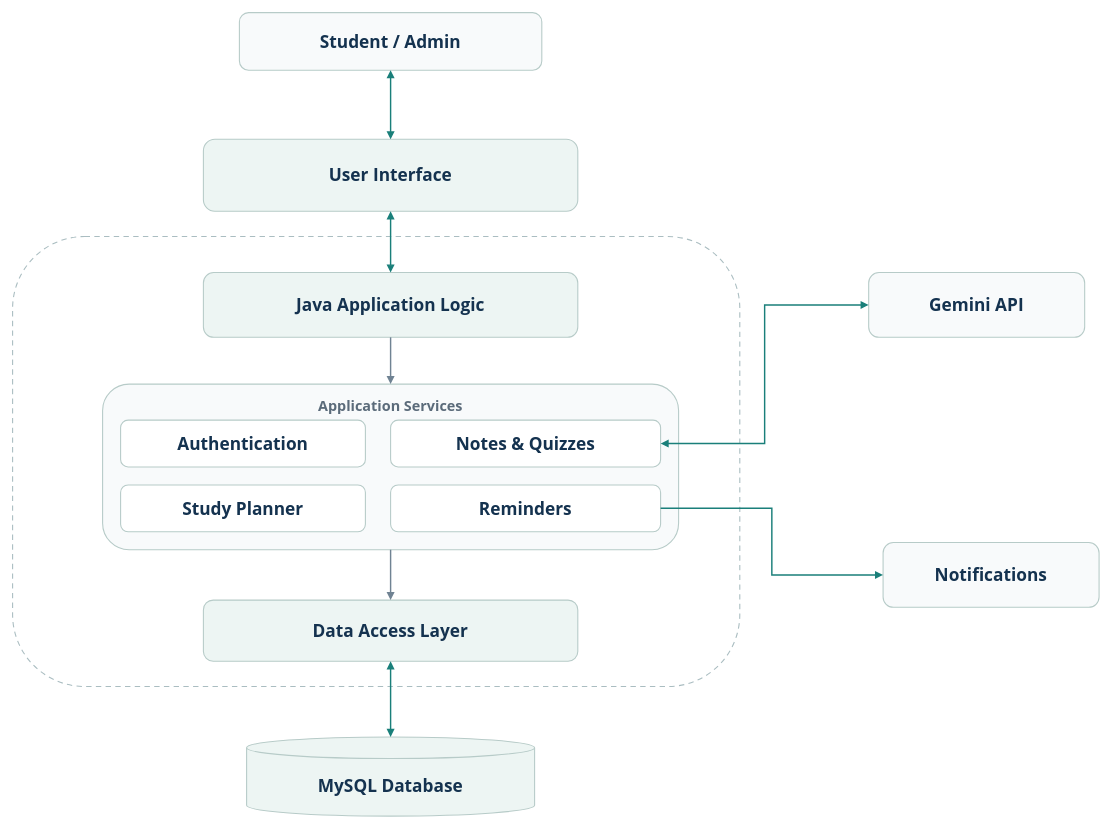
Above: docs/architecture.drawio in sanjidaanika-star/Softnote-Daily-planner-Reminder-system (draw.io), before the change. Source tidied: cells renumbered, new cells numbered last; positions are measured from the earlier drawing's top-left corner, leaving out a move shared by most shapes. Both pictures are drawn from the tidied source at 72%, with x=0, y=0 at pixel (12, 12).
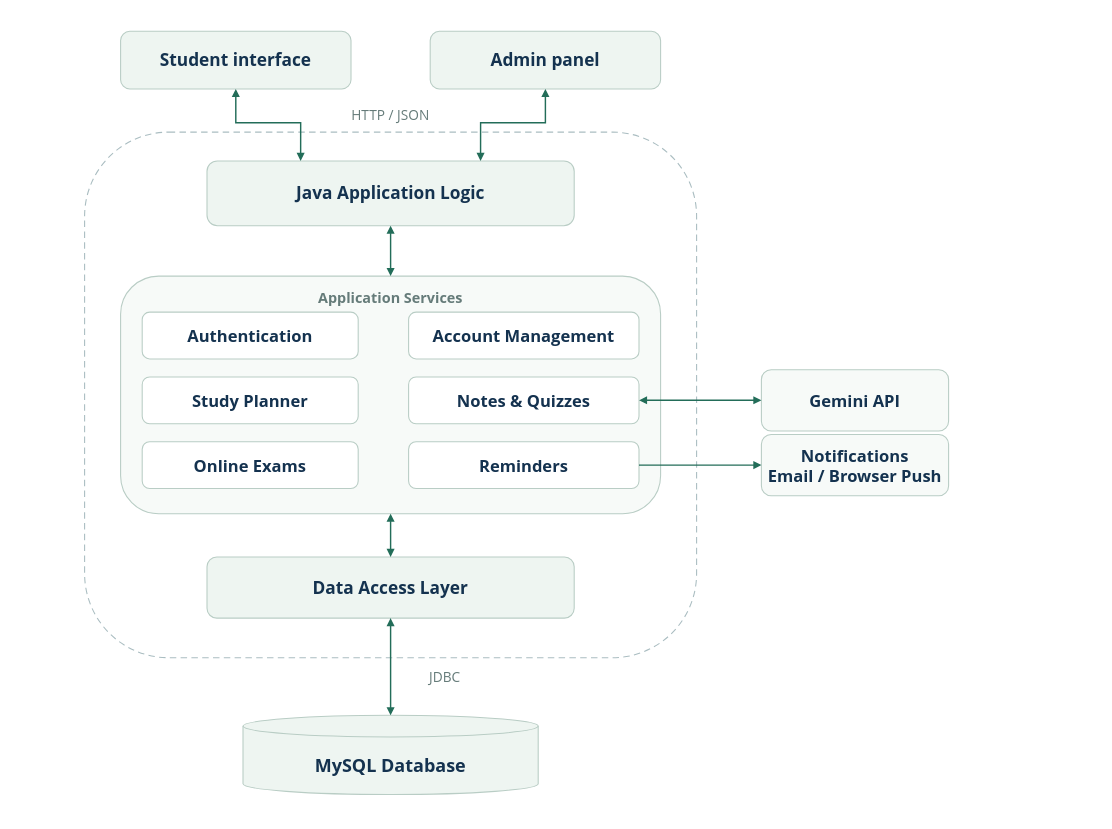
After the change.

Commit message:
Update architecture for admin panels and online exams

Change to the diagram source:
```diff
@@
-    <mxCell id="2" value="Student / Admin" style="rounded=1;arcSize=16;whiteSpace=wrap;html=0;fillColor=#EDF5F3;strokeColor=#B7CBC8;strokeWidth=1.5;fontColor=#14324F;fontSize=24;fontFamily=Segoe UI;fontStyle=1;fillColor=#F8FAFB;" parent="1" vertex="1">
-      <mxGeometry x="315" width="420" height="80" as="geometry" />
-    </mxCell>
-    <mxCell id="3" value="User Interface" style="rounded=1;arcSize=16;whiteSpace=wrap;html=0;fillColor=#EDF5F3;strokeColor=#B7CBC8;strokeWidth=1.5;fontColor=#14324F;fontSize=24;fontFamily=Segoe UI;fontStyle=1;" parent="1" vertex="1">
-      <mxGeometry x="265" y="176" width="520" height="100" as="geometry" />
-    </mxCell>
-    <mxCell id="4" style="rounded=1;arcSize=16;whiteSpace=wrap;html=0;fillColor=#EDF5F3;strokeColor=#B7CBC8;strokeWidth=1.5;fontColor=#14324F;fontSize=24;fontFamily=Segoe UI;fontStyle=1;fillColor=#FFFFFF;dashed=1;dashPattern=5 4;strokeColor=#AABDC1;" parent="1" vertex="1">
-      <mxGeometry y="311" width="1010" height="625" as="geometry" />
-    </mxCell>
+    <mxCell id="22" value="Student interface" style="rounded=1;arcSize=16;whiteSpace=wrap;html=0;fillColor=#eef5f1;strokeColor=#b9cdc5;strokeWidth=1.5;fontColor=#14324f;fontSize=24;fontFamily=Segoe UI;fontStyle=1;" parent="1" vertex="1">
+      <mxGeometry x="150" y="26" width="320" height="80" as="geometry" />
+    </mxCell>
+    <mxCell id="23" value="Admin panel" style="rounded=1;arcSize=16;whiteSpace=wrap;html=0;fillColor=#eef5f1;strokeColor=#b9cdc5;strokeWidth=1.5;fontColor=#14324f;fontSize=24;fontFamily=Segoe UI;fontStyle=1;" parent="1" vertex="1">
+      <mxGeometry x="580" y="26" width="320" height="80" as="geometry" />
+    </mxCell>
+    <mxCell id="24" style="rounded=1;arcSize=16;whiteSpace=wrap;html=0;fillColor=#eef5f1;strokeColor=#b9cdc5;strokeWidth=1.5;fontColor=#14324f;fontSize=24;fontFamily=Segoe UI;fontStyle=1;fillColor=#ffffff;strokeColor=#aabdc1;dashed=1;dashPattern=6 4;" parent="1" vertex="1">
+      <mxGeometry x="100" y="166" width="850" height="730" as="geometry" />
+    </mxCell>
-    <mxCell id="5" value="Java Application Logic" style="rounded=1;arcSize=16;whiteSpace=wrap;html=0;fillColor=#EDF5F3;strokeColor=#B7CBC8;strokeWidth=1.5;fontColor=#14324F;fontSize=24;fontFamily=Segoe UI;fontStyle=1;" parent="4" vertex="1">
-      <mxGeometry x="265" y="50" width="520" height="90" as="geometry" />
+    <mxCell id="5" value="Java Application Logic" style="rounded=1;arcSize=16;whiteSpace=wrap;html=0;fillColor=#eef5f1;strokeColor=#b9cdc5;strokeWidth=1.5;fontColor=#14324f;fontSize=24;fontFamily=Segoe UI;fontStyle=1;" parent="24" vertex="1">
+      <mxGeometry x="170" y="40" width="510" height="90" as="geometry" />
     </mxCell>
-    <mxCell id="6" value="Application Services" style="rounded=1;arcSize=16;whiteSpace=wrap;html=0;fillColor=#EDF5F3;strokeColor=#B7CBC8;strokeWidth=1.5;fontColor=#14324F;fontSize=24;fontFamily=Segoe UI;fontStyle=1;fillColor=#F8FAFB;verticalAlign=top;spacingTop=12;fontSize=20;fontColor=#5B6B7A;" parent="4" vertex="1">
-      <mxGeometry x="125" y="205" width="800" height="230" as="geometry" />
+    <mxCell id="6" value="Application Services" style="rounded=1;arcSize=16;whiteSpace=wrap;html=0;fillColor=#eef5f1;strokeColor=#b9cdc5;strokeWidth=1.5;fontColor=#14324f;fontSize=24;fontFamily=Segoe UI;fontStyle=1;fillColor=#f7faf8;fontSize=20;fontColor=#657b79;verticalAlign=top;spacingTop=12;" parent="24" vertex="1">
+      <mxGeometry x="50" y="200" width="750" height="330" as="geometry" />
     </mxCell>
-    <mxCell id="7" value="Authentication" style="rounded=1;arcSize=16;whiteSpace=wrap;html=0;fillColor=#EDF5F3;strokeColor=#B7CBC8;strokeWidth=1.5;fontColor=#14324F;fontSize=24;fontFamily=Segoe UI;fontStyle=1;fillColor=#FFFFFF;" parent="6" vertex="1">
-      <mxGeometry x="25" y="50" width="340" height="65" as="geometry" />
+    <mxCell id="7" value="Authentication" style="rounded=1;arcSize=16;whiteSpace=wrap;html=0;fillColor=#eef5f1;strokeColor=#b9cdc5;strokeWidth=1.5;fontColor=#14324f;fontSize=24;fontFamily=Segoe UI;fontStyle=1;fillColor=#ffffff;fontSize=23;" parent="6" vertex="1">
+      <mxGeometry x="30" y="50" width="300" height="65" as="geometry" />
     </mxCell>
+    <mxCell id="25" value="Account Management" style="rounded=1;arcSize=16;whiteSpace=wrap;html=0;fillColor=#eef5f1;strokeColor=#b9cdc5;strokeWidth=1.5;fontColor=#14324f;fontSize=24;fontFamily=Segoe UI;fontStyle=1;fillColor=#ffffff;fontSize=23;" parent="6" vertex="1">
+      <mxGeometry x="400" y="50" width="320" height="65" as="geometry" />
+    </mxCell>
+    <mxCell id="9" value="Study Planner" style="rounded=1;arcSize=16;whiteSpace=wrap;html=0;fillColor=#eef5f1;strokeColor=#b9cdc5;strokeWidth=1.5;fontColor=#14324f;fontSize=24;fontFamily=Segoe UI;fontStyle=1;fillColor=#ffffff;fontSize=23;" parent="6" vertex="1">
+      <mxGeometry x="30" y="140" width="300" height="65" as="geometry" />
+    </mxCell>
-    <mxCell id="8" value="Notes &amp; Quizzes" style="rounded=1;arcSize=16;whiteSpace=wrap;html=0;fillColor=#EDF5F3;strokeColor=#B7CBC8;strokeWidth=1.5;fontColor=#14324F;fontSize=24;fontFamily=Segoe UI;fontStyle=1;fillColor=#FFFFFF;" parent="6" vertex="1">
-      <mxGeometry x="400" y="50" width="375" height="65" as="geometry" />
+    <mxCell id="8" value="Notes &amp; Quizzes" style="rounded=1;arcSize=16;whiteSpace=wrap;html=0;fillColor=#eef5f1;strokeColor=#b9cdc5;strokeWidth=1.5;fontColor=#14324f;fontSize=24;fontFamily=Segoe UI;fontStyle=1;fillColor=#ffffff;fontSize=23;" parent="6" vertex="1">
+      <mxGeometry x="400" y="140" width="320" height="65" as="geometry" />
     </mxCell>
-    <mxCell id="9" value="Study Planner" style="rounded=1;arcSize=16;whiteSpace=wrap;html=0;fillColor=#EDF5F3;strokeColor=#B7CBC8;strokeWidth=1.5;fontColor=#14324F;fontSize=24;fontFamily=Segoe UI;fontStyle=1;fillColor=#FFFFFF;" parent="6" vertex="1">
-      <mxGeometry x="25" y="140" width="340" height="65" as="geometry" />
-    </mxCell>
+    <mxCell id="26" value="Online Exams" style="rounded=1;arcSize=16;whiteSpace=wrap;html=0;fillColor=#eef5f1;strokeColor=#b9cdc5;strokeWidth=1.5;fontColor=#14324f;fontSize=24;fontFamily=Segoe UI;fontStyle=1;fillColor=#ffffff;fontSize=23;" parent="6" vertex="1">
+      <mxGeometry x="30" y="230" width="300" height="65" as="geometry" />
+    </mxCell>
-    <mxCell id="10" value="Reminders" style="rounded=1;arcSize=16;whiteSpace=wrap;html=0;fillColor=#EDF5F3;strokeColor=#B7CBC8;strokeWidth=1.5;fontColor=#14324F;fontSize=24;fontFamily=Segoe UI;fontStyle=1;fillColor=#FFFFFF;" parent="6" vertex="1">
-      <mxGeometry x="400" y="140" width="375" height="65" as="geometry" />
+    <mxCell id="10" value="Reminders" style="rounded=1;arcSize=16;whiteSpace=wrap;html=0;fillColor=#eef5f1;strokeColor=#b9cdc5;strokeWidth=1.5;fontColor=#14324f;fontSize=24;fontFamily=Segoe UI;fontStyle=1;fillColor=#ffffff;fontSize=23;" parent="6" vertex="1">
+      <mxGeometry x="400" y="230" width="320" height="65" as="geometry" />
     </mxCell>
-    <mxCell id="11" value="Data Access Layer" style="rounded=1;arcSize=16;whiteSpace=wrap;html=0;fillColor=#EDF5F3;strokeColor=#B7CBC8;strokeWidth=1.5;fontColor=#14324F;fontSize=24;fontFamily=Segoe UI;fontStyle=1;" parent="4" vertex="1">
-      <mxGeometry x="265" y="505" width="520" height="85" as="geometry" />
+    <mxCell id="11" value="Data Access Layer" style="rounded=1;arcSize=16;whiteSpace=wrap;html=0;fillColor=#eef5f1;strokeColor=#b9cdc5;strokeWidth=1.5;fontColor=#14324f;fontSize=24;fontFamily=Segoe UI;fontStyle=1;" parent="24" vertex="1">
+      <mxGeometry x="170" y="590" width="510" height="85" as="geometry" />
     </mxCell>
-    <mxCell id="12" value="MySQL Database" style="shape=cylinder3;whiteSpace=wrap;html=0;boundedLbl=1;backgroundOutline=1;size=15;fillColor=#EDF5F3;strokeColor=#B7CBC8;strokeWidth=1.5;fontColor=#14324F;fontSize=24;fontFamily=Segoe UI;fontStyle=1;" parent="1" vertex="1">
-      <mxGeometry x="325" y="1006" width="400" height="110" as="geometry" />
+    <mxCell id="12" value="MySQL Database" style="shape=cylinder3;whiteSpace=wrap;html=0;boundedLbl=1;backgroundOutline=1;size=15;fillColor=#eef5f1;strokeColor=#b9cdc5;strokeWidth=1.5;fontColor=#14324f;fontSize=25;fontFamily=Segoe UI;fontStyle=1;" parent="1" vertex="1">
+      <mxGeometry x="320" y="976" width="410" height="110" as="geometry" />
     </mxCell>
-    <mxCell id="13" value="Gemini API" style="rounded=1;arcSize=16;whiteSpace=wrap;html=0;fillColor=#EDF5F3;strokeColor=#B7CBC8;strokeWidth=1.5;fontColor=#14324F;fontSize=24;fontFamily=Segoe UI;fontStyle=1;fillColor=#F8FAFB;" parent="1" vertex="1">
-      <mxGeometry x="1189" y="361" width="300" height="90" as="geometry" />
+    <mxCell id="13" value="Gemini API" style="rounded=1;arcSize=16;whiteSpace=wrap;html=0;fillColor=#eef5f1;strokeColor=#b9cdc5;strokeWidth=1.5;fontColor=#14324f;fontSize=24;fontFamily=Segoe UI;fontStyle=1;fillColor=#f7faf8;fontSize=23;" parent="1" vertex="1">
+      <mxGeometry x="1040" y="496" width="260" height="85" as="geometry" />
     </mxCell>
-    <mxCell id="14" value="Notifications" style="rounded=1;arcSize=16;whiteSpace=wrap;html=0;fillColor=#EDF5F3;strokeColor=#B7CBC8;strokeWidth=1.5;fontColor=#14324F;fontSize=24;fontFamily=Segoe UI;fontStyle=1;fillColor=#F8FAFB;" parent="1" vertex="1">
-      <mxGeometry x="1209" y="736" width="300" height="90" as="geometry" />
-    </mxCell>
-    <mxCell id="15" style="edgeStyle=orthogonalEdgeStyle;rounded=0;jettySize=auto;html=0;strokeWidth=2;strokeColor=#1A7F7A;endArrow=block;endFill=1;startArrow=block;startFill=1;exitX=0.5;exitY=1;entryX=0.5;entryY=0;" parent="1" edge="1" source="2" target="3">
-      <mxGeometry relative="1" as="geometry" />
-    </mxCell>
-    <mxCell id="16" style="edgeStyle=orthogonalEdgeStyle;rounded=0;jettySize=auto;html=0;strokeWidth=2;strokeColor=#1A7F7A;endArrow=block;endFill=1;startArrow=block;startFill=1;exitX=0.5;exitY=1;entryX=0.5;entryY=0;" parent="1" edge="1" source="3" target="5">
-      <mxGeometry relative="1" as="geometry" />
-    </mxCell>
+    <mxCell id="27" value="Notifications&#10;Email / Browser Push" style="rounded=1;arcSize=16;whiteSpace=wrap;html=0;fillColor=#eef5f1;strokeColor=#b9cdc5;strokeWidth=1.5;fontColor=#14324f;fontSize=24;fontFamily=Segoe UI;fontStyle=1;fillColor=#f7faf8;fontSize=23;" parent="1" vertex="1">
+      <mxGeometry x="1040" y="586" width="260" height="85" as="geometry" />
+    </mxCell>
+    <mxCell id="28" value="HTTP / JSON" style="text;whiteSpace=wrap;html=0;strokeColor=none;fillColor=none;fontColor=#657b79;fontFamily=Segoe UI;fontSize=19;align=center;verticalAlign=middle;" parent="1" vertex="1">
+      <mxGeometry x="455" y="129" width="140" height="26" as="geometry" />
+    </mxCell>
+    <mxCell id="29" value="JDBC" style="text;whiteSpace=wrap;html=0;strokeColor=none;fillColor=none;fontColor=#657b79;fontFamily=Segoe UI;fontSize=19;align=center;verticalAlign=middle;" parent="1" vertex="1">
+      <mxGeometry x="553" y="908" width="95" height="30" as="geometry" />
+    </mxCell>
+    <mxCell id="30" style="edgeStyle=orthogonalEdgeStyle;rounded=0;html=0;strokeColor=#236d59;strokeWidth=2;endArrow=block;endFill=1;exitX=0.5;exitY=1;entryX=0.255;entryY=0;startArrow=block;startFill=1;" parent="1" edge="1" source="22" target="5">
+      <mxGeometry relative="1" as="geometry">
+        <Array as="points">
+          <mxPoint x="310" y="153" />
+          <mxPoint x="400" y="153" />
+        </Array>
+      </mxGeometry>
+    </mxCell>
+    <mxCell id="31" style="edgeStyle=orthogonalEdgeStyle;rounded=0;html=0;strokeColor=#236d59;strokeWidth=2;endArrow=block;endFill=1;exitX=0.5;exitY=1;entryX=0.745;entryY=0;startArrow=block;startFill=1;" parent="1" edge="1" source="23" target="5">
+      <mxGeometry relative="1" as="geometry">
+        <Array as="points">
+          <mxPoint x="740" y="153" />
+          <mxPoint x="650" y="153" />
+        </Array>
+      </mxGeometry>
+    </mxCell>
-    <mxCell id="17" style="edgeStyle=orthogonalEdgeStyle;rounded=0;jettySize=auto;html=0;strokeWidth=2;strokeColor=#708393;endArrow=block;endFill=1;exitX=0.5;exitY=1;entryX=0.5;entryY=0;" parent="1" edge="1" source="5" target="6">
+    <mxCell id="17" style="edgeStyle=orthogonalEdgeStyle;rounded=0;html=0;strokeColor=#236d59;strokeWidth=2;endArrow=block;endFill=1;exitX=0.5;exitY=1;entryX=0.5;entryY=0;startArrow=block;startFill=1;" parent="1" edge="1" source="5" target="6">
       <mxGeometry relative="1" as="geometry" />
     </mxCell>
-    <mxCell id="18" style="edgeStyle=orthogonalEdgeStyle;rounded=0;jettySize=auto;html=0;strokeWidth=2;strokeColor=#708393;endArrow=block;endFill=1;exitX=0.5;exitY=1;entryX=0.5;entryY=0;" parent="1" edge="1" source="6" target="11">
+    <mxCell id="18" style="edgeStyle=orthogonalEdgeStyle;rounded=0;html=0;strokeColor=#236d59;strokeWidth=2;endArrow=block;endFill=1;exitX=0.5;exitY=1;entryX=0.5;entryY=0;startArrow=block;startFill=1;" parent="1" edge="1" source="6" target="11">
       <mxGeometry relative="1" as="geometry" />
     </mxCell>
-    <mxCell id="19" style="edgeStyle=orthogonalEdgeStyle;rounded=0;jettySize=auto;html=0;strokeWidth=2;strokeColor=#1A7F7A;endArrow=block;endFill=1;startArrow=block;startFill=1;exitX=0.5;exitY=1;entryX=0.5;entryY=0;" parent="1" edge="1" source="11" target="12">
+    <mxCell id="19" style="edgeStyle=orthogonalEdgeStyle;rounded=0;html=0;strokeColor=#236d59;strokeWidth=2;endArrow=block;endFill=1;exitX=0.5;exitY=1;entryX=0.5;entryY=0;startArrow=block;startFill=1;" parent="1" edge="1" source="11" target="12">
       <mxGeometry relative="1" as="geometry" />
     </mxCell>
-    <mxCell id="20" style="edgeStyle=orthogonalEdgeStyle;rounded=0;jettySize=auto;html=0;strokeWidth=2;strokeColor=#1A7F7A;endArrow=block;endFill=1;startArrow=block;startFill=1;exitX=1;exitY=0.5;entryX=0;entryY=0.5;" parent="1" edge="1" source="8" target="13">
+    <mxCell id="20" style="edgeStyle=orthogonalEdgeStyle;rounded=0;html=0;strokeColor=#236d59;strokeWidth=2;endArrow=block;endFill=1;exitX=1;exitY=0.5;entryX=0;entryY=0.5;startArrow=block;startFill=1;" parent="1" edge="1" source="8" target="13">
       <mxGeometry relative="1" as="geometry" />
     </mxCell>
-    <mxCell id="21" style="edgeStyle=orthogonalEdgeStyle;rounded=0;jettySize=auto;html=0;strokeWidth=2;strokeColor=#1A7F7A;endArrow=block;endFill=1;exitX=1;exitY=0.5;entryX=0;entryY=0.5;" parent="1" edge="1" source="10" target="14">
-      <mxGeometry relative="1" as="geometry" />
-    </mxCell>
+    <mxCell id="32" style="edgeStyle=orthogonalEdgeStyle;rounded=0;html=0;strokeColor=#236d59;strokeWidth=2;endArrow=block;endFill=1;exitX=1;exitY=0.5;entryX=0;entryY=0.5;" parent="1" edge="1" source="10" target="27">
+      <mxGeometry relative="1" as="geometry" />
+    </mxCell>
```
